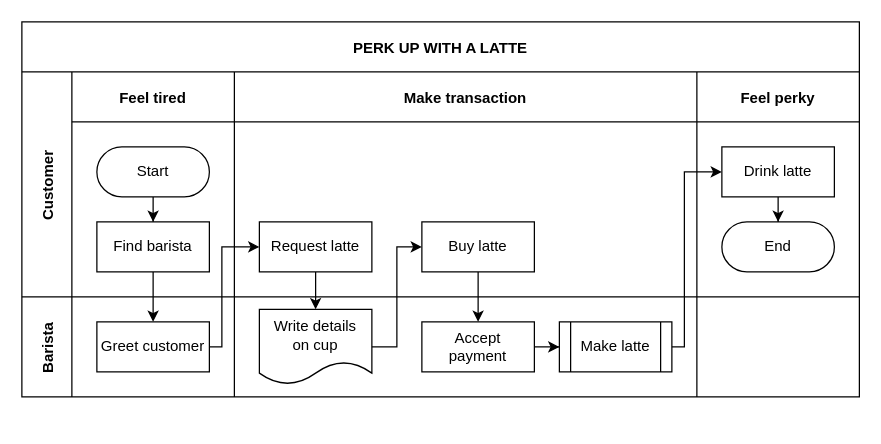
The draw.io diagram Draw-20250909-1520.drawio in zzafercakar/odoo-knowledge-drawio, before the edit. Source tidied: cells renumbered, new cells numbered last; positions are measured from the earlier drawing's top-left corner, leaving out a move shared by most shapes. Both pictures are drawn from the tidied source at 125%, with x=0, y=0 at pixel (21, 21).
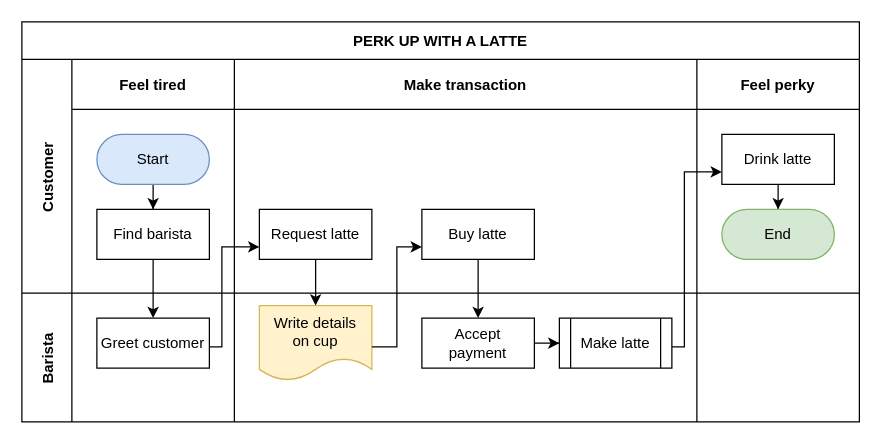
Above is the later version.

What changed in the source:
```diff
@@
-    <mxCell id="2" value="PERK UP WITH A LATTE" style="shape=table;childLayout=tableLayout;startSize=40;fillColor=none;fontStyle=1;" parent="1" vertex="1">
-      <mxGeometry width="670" height="300" as="geometry" />
+    <mxCell id="2" value="PERK UP WITH A LATTE" style="shape=table;childLayout=tableLayout;startSize=30;fillColor=none;fontStyle=1;" parent="1" vertex="1">
+      <mxGeometry width="670" height="320" as="geometry" />
     </mxCell>
@@
     <mxCell id="4" value="Customer" style="shape=tableRow;horizontal=0;swimlaneHead=0;swimlaneBody=0;top=0;left=0;bottom=0;right=0;fillColor=none;startSize=40;fontStyle=1;" parent="2" vertex="1">
-      <mxGeometry y="40" width="670" height="180" as="geometry" />
+      <mxGeometry y="30" width="670" height="187" as="geometry" />
     </mxCell>
     <mxCell id="5" value="Feel tired" style="swimlane;swimlaneHead=0;swimlaneBody=0;fillColor=none;startSize=40;fontStyle=1;" parent="4" vertex="1">
-      <mxGeometry x="40" width="130" height="180" as="geometry" />
+      <mxGeometry x="40" width="130" height="187" as="geometry" />
     </mxCell>
@@
-    <mxCell id="7" value="Start" style="rounded=1;whiteSpace=wrap;html=1;arcSize=50;" parent="5" vertex="1">
+    <mxCell id="7" value="Start" style="rounded=1;whiteSpace=wrap;html=1;arcSize=50;fillColor=#dae8fc;strokeColor=#6c8ebf;" parent="5" vertex="1">
       <mxGeometry x="20" y="60" width="90" height="40" as="geometry" />
     </mxCell>
@@
     <mxCell id="9" value="Make transaction" style="swimlane;swimlaneHead=0;swimlaneBody=0;fillColor=none;startSize=40;fontStyle=1;" parent="4" vertex="1">
-      <mxGeometry x="170" width="370" height="180" as="geometry" />
+      <mxGeometry x="170" width="370" height="187" as="geometry" />
     </mxCell>
@@
     <mxCell id="12" value="Feel perky" style="swimlane;swimlaneHead=0;swimlaneBody=0;fillColor=none;startSize=40;fontStyle=1;" parent="4" vertex="1">
-      <mxGeometry x="540" width="130" height="180" as="geometry" />
+      <mxGeometry x="540" width="130" height="187" as="geometry" />
     </mxCell>
@@
-    <mxCell id="15" value="End" style="rounded=1;whiteSpace=wrap;html=1;arcSize=50;" parent="12" vertex="1">
+    <mxCell id="15" value="End" style="rounded=1;whiteSpace=wrap;html=1;arcSize=50;fillColor=#d5e8d4;strokeColor=#82b366;" parent="12" vertex="1">
       <mxGeometry x="20" y="120" width="90" height="40" as="geometry" />
     </mxCell>
     <mxCell id="16" value="Barista" style="shape=tableRow;horizontal=0;swimlaneHead=0;swimlaneBody=0;top=0;left=0;bottom=0;right=0;fillColor=none;startSize=40;fontStyle=1;" parent="2" vertex="1">
-      <mxGeometry y="220" width="670" height="80" as="geometry" />
+      <mxGeometry y="217" width="670" height="103" as="geometry" />
     </mxCell>
     <mxCell id="17" style="swimlane;swimlaneHead=0;swimlaneBody=0;fillColor=none;startSize=0;fontStyle=1;" parent="16" vertex="1">
-      <mxGeometry x="40" width="130" height="80" as="geometry" />
+      <mxGeometry x="40" width="130" height="103" as="geometry" />
     </mxCell>
@@
     <mxCell id="19" style="swimlane;swimlaneHead=0;swimlaneBody=0;fillColor=none;startSize=0;fontStyle=1;" parent="16" vertex="1">
-      <mxGeometry x="170" width="370" height="80" as="geometry" />
+      <mxGeometry x="170" width="370" height="103" as="geometry" />
     </mxCell>
@@
-    <mxCell id="22" value="Write details&lt;br&gt;on cup" style="shape=document;whiteSpace=wrap;html=1;boundedLbl=1;" parent="19" vertex="1">
+    <mxCell id="22" value="Write details&lt;br&gt;on cup" style="shape=document;whiteSpace=wrap;html=1;boundedLbl=1;fillColor=#fff2cc;strokeColor=#d6b656;" parent="19" vertex="1">
       <mxGeometry x="20" y="10" width="90" height="60" as="geometry" />
     </mxCell>
@@
     <mxCell id="24" style="swimlane;swimlaneHead=0;swimlaneBody=0;fillColor=none;startSize=0;fontStyle=1;" parent="16" vertex="1">
-      <mxGeometry x="540" width="130" height="80" as="geometry" />
+      <mxGeometry x="540" width="130" height="103" as="geometry" />
     </mxCell>
```
